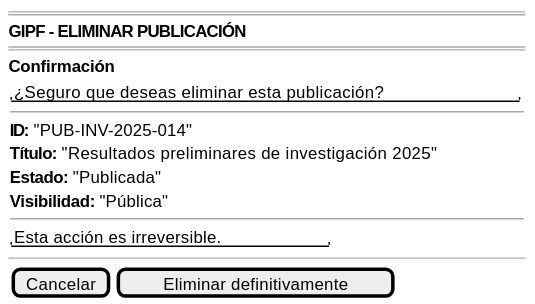
This is images/RUP/00-casos-uso/02-detalle/investigador/eliminarPublicacion/eliminarPublicacion-wireframe.svg from beatriizorozco/25-26-idsw2-sdVC, a PlantUML export, as it was before one commit. Source of this version:
```plantuml
@startsalt eliminarPublicacion-wireframe
{
    ====
    <b>GIPF - ELIMINAR PUBLICACIÓN</b>
    ====

    <b>Confirmación</b>
    {
        "¿Seguro que deseas eliminar esta publicación?"

        --
        <b>ID:</b> "PUB-INV-2025-014"
        <b>Título:</b> "Resultados preliminares de investigación 2025"
        <b>Estado:</b> "Publicada"
        <b>Visibilidad:</b> "Pública"

        --
        "Esta acción es irreversible."
    }

    --

    { [Cancelar] | [Eliminar definitivamente] }
}
@endsalt
```
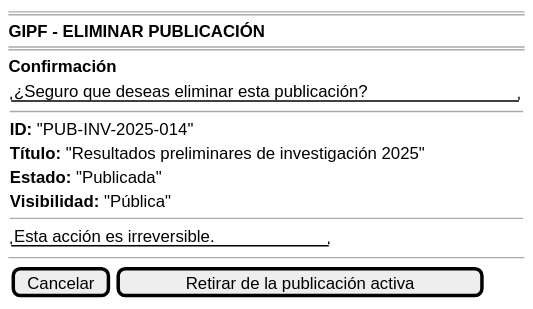
Above is the later version.

Change to the diagram source:
```diff
@@ -20,6 +20,6 @@
 
     --
 
-    { [Cancelar] | [Eliminar definitivamente] }
+    { [Cancelar] | [Retirar de la publicación activa] }
 }
 @endsalt
```
